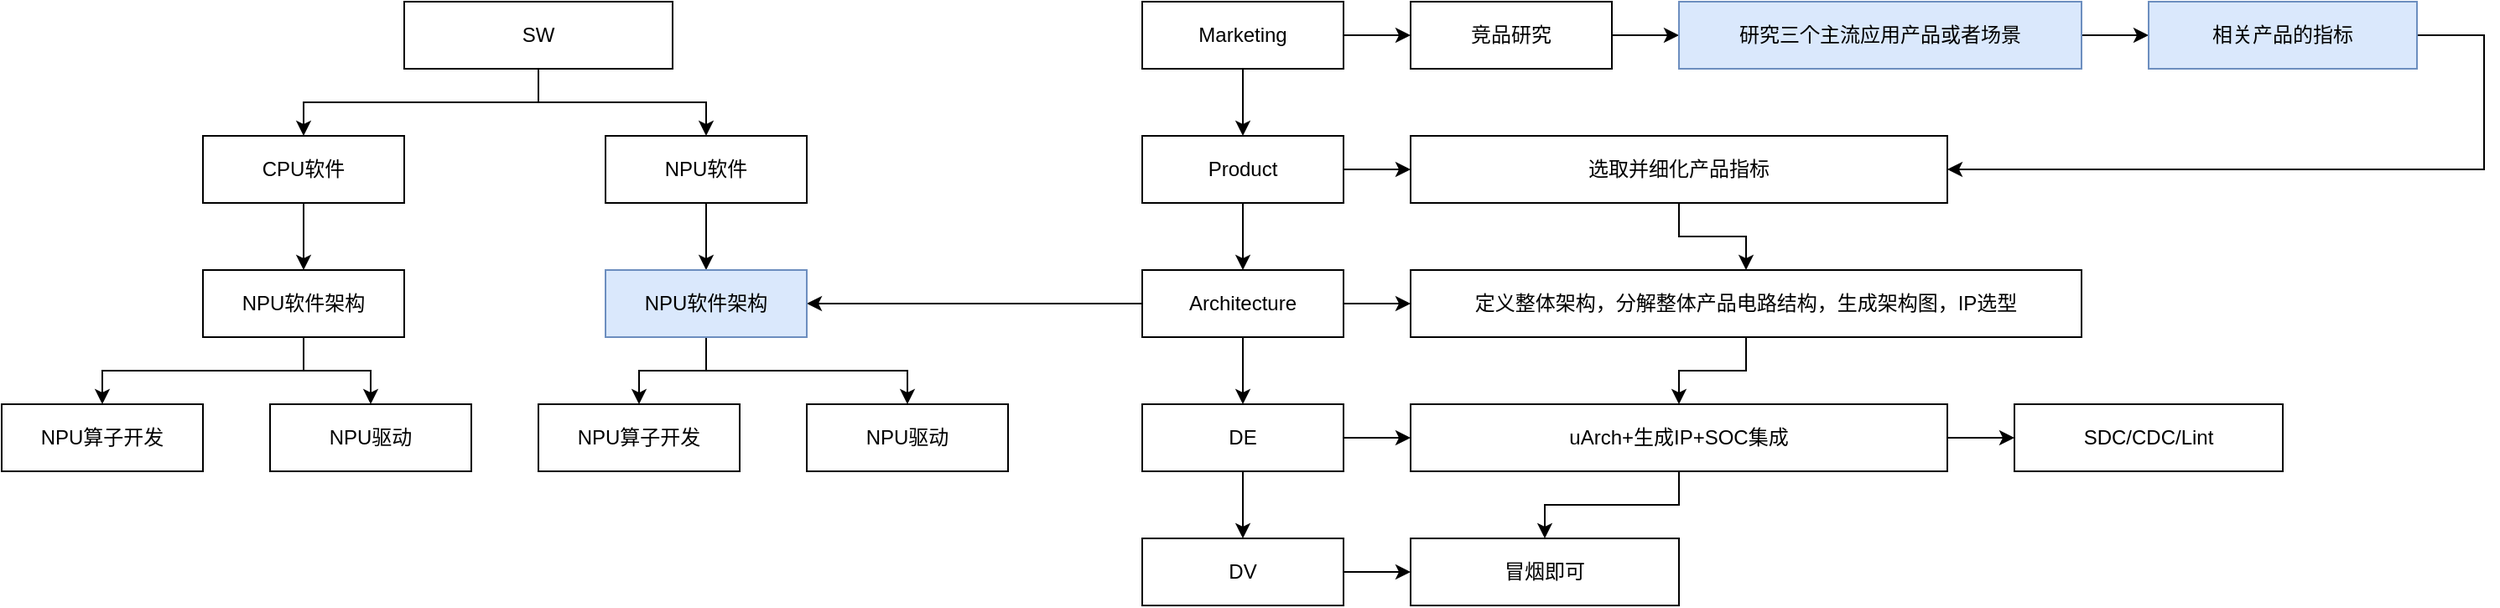
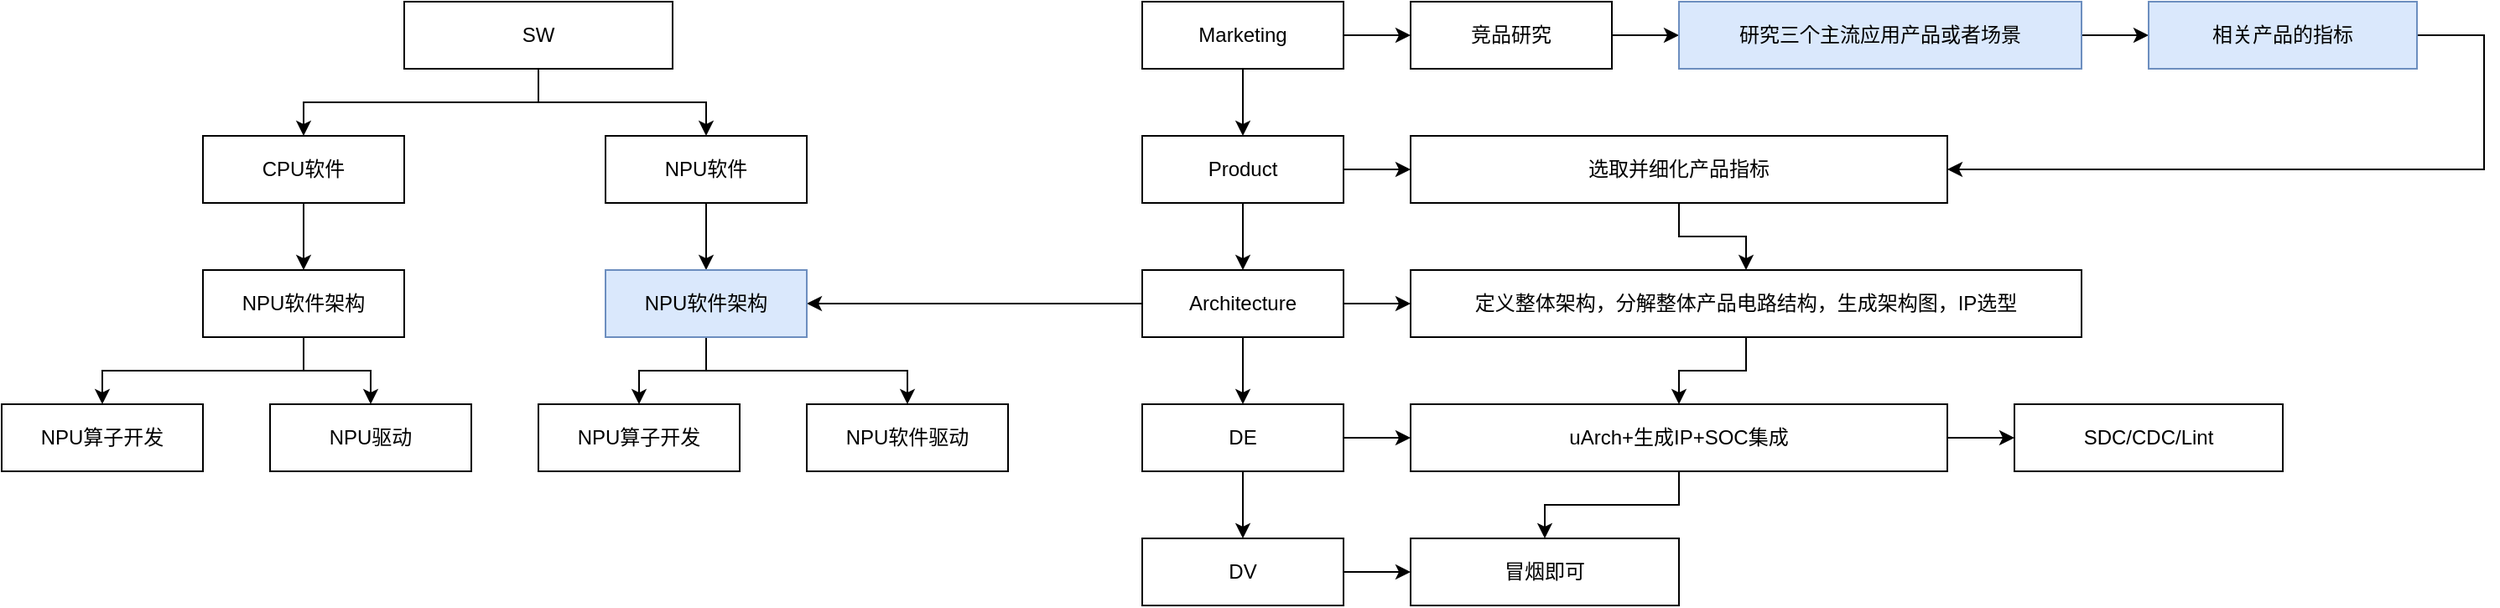
<mxfile host="app.diagrams.net">
  <diagram name="第 1 页" id="9lt6pKXcOXOacjMz8fyF">
    <mxGraphModel dx="2575" dy="754" grid="1" gridSize="10" guides="1" tooltips="1" connect="1" arrows="1" fold="1" page="1" pageScale="1" pageWidth="1169" pageHeight="827" math="0" shadow="0">
      <root>
        <mxCell id="0" />
        <mxCell id="1" parent="0" />
        <mxCell id="i4-VJNzEnyivnLVhnoJc-17" edge="1" parent="1" source="i4-VJNzEnyivnLVhnoJc-1" style="edgeStyle=orthogonalEdgeStyle;rounded=0;orthogonalLoop=1;jettySize=auto;html=1;" target="i4-VJNzEnyivnLVhnoJc-2" value="">
          <mxGeometry relative="1" as="geometry" />
        </mxCell>
        <mxCell id="i4-VJNzEnyivnLVhnoJc-22" edge="1" parent="1" source="i4-VJNzEnyivnLVhnoJc-1" style="edgeStyle=orthogonalEdgeStyle;rounded=0;orthogonalLoop=1;jettySize=auto;html=1;" target="i4-VJNzEnyivnLVhnoJc-3" value="">
          <mxGeometry relative="1" as="geometry" />
        </mxCell>
        <mxCell id="i4-VJNzEnyivnLVhnoJc-1" parent="1" style="rounded=0;whiteSpace=wrap;html=1;" value="Marketing" vertex="1">
          <mxGeometry height="40" width="120" x="120" y="80" as="geometry" />
        </mxCell>
        <mxCell id="i4-VJNzEnyivnLVhnoJc-18" edge="1" parent="1" source="i4-VJNzEnyivnLVhnoJc-2" style="edgeStyle=orthogonalEdgeStyle;rounded=0;orthogonalLoop=1;jettySize=auto;html=1;" target="i4-VJNzEnyivnLVhnoJc-7" value="">
          <mxGeometry relative="1" as="geometry" />
        </mxCell>
        <mxCell id="i4-VJNzEnyivnLVhnoJc-27" edge="1" parent="1" source="i4-VJNzEnyivnLVhnoJc-2" style="edgeStyle=orthogonalEdgeStyle;rounded=0;orthogonalLoop=1;jettySize=auto;html=1;" target="i4-VJNzEnyivnLVhnoJc-6" value="">
          <mxGeometry relative="1" as="geometry" />
        </mxCell>
        <mxCell id="i4-VJNzEnyivnLVhnoJc-2" parent="1" style="rounded=0;whiteSpace=wrap;html=1;" value="Product" vertex="1">
          <mxGeometry height="40" width="120" x="120" y="160" as="geometry" />
        </mxCell>
        <mxCell id="i4-VJNzEnyivnLVhnoJc-23" edge="1" parent="1" source="i4-VJNzEnyivnLVhnoJc-3" style="edgeStyle=orthogonalEdgeStyle;rounded=0;orthogonalLoop=1;jettySize=auto;html=1;" target="i4-VJNzEnyivnLVhnoJc-4" value="">
          <mxGeometry relative="1" as="geometry" />
        </mxCell>
        <mxCell id="i4-VJNzEnyivnLVhnoJc-3" parent="1" style="rounded=0;whiteSpace=wrap;html=1;" value="竞品研究" vertex="1">
          <mxGeometry height="40" width="120" x="280" y="80" as="geometry" />
        </mxCell>
        <mxCell id="i4-VJNzEnyivnLVhnoJc-25" edge="1" parent="1" source="i4-VJNzEnyivnLVhnoJc-4" style="edgeStyle=orthogonalEdgeStyle;rounded=0;orthogonalLoop=1;jettySize=auto;html=1;" target="i4-VJNzEnyivnLVhnoJc-5" value="">
          <mxGeometry relative="1" as="geometry" />
        </mxCell>
        <mxCell id="i4-VJNzEnyivnLVhnoJc-4" parent="1" style="rounded=0;whiteSpace=wrap;html=1;fillColor=#dae8fc;strokeColor=#6c8ebf;" value="研究三个主流应用产品或者场景" vertex="1">
          <mxGeometry height="40" width="240" x="440" y="80" as="geometry" />
        </mxCell>
        <mxCell id="i4-VJNzEnyivnLVhnoJc-26" edge="1" parent="1" source="i4-VJNzEnyivnLVhnoJc-5" style="edgeStyle=orthogonalEdgeStyle;rounded=0;orthogonalLoop=1;jettySize=auto;html=1;entryX=1;entryY=0.5;entryDx=0;entryDy=0;" target="i4-VJNzEnyivnLVhnoJc-6">
          <mxGeometry relative="1" as="geometry">
            <Array as="points">
              <mxPoint x="920" y="100" />
              <mxPoint x="920" y="180" />
            </Array>
          </mxGeometry>
        </mxCell>
        <mxCell id="i4-VJNzEnyivnLVhnoJc-5" parent="1" style="rounded=0;whiteSpace=wrap;html=1;fillColor=#dae8fc;strokeColor=#6c8ebf;" value="相关产品的指标" vertex="1">
          <mxGeometry height="40" width="160" x="720" y="80" as="geometry" />
        </mxCell>
        <mxCell id="i4-VJNzEnyivnLVhnoJc-28" edge="1" parent="1" source="i4-VJNzEnyivnLVhnoJc-6" style="edgeStyle=orthogonalEdgeStyle;rounded=0;orthogonalLoop=1;jettySize=auto;html=1;" target="i4-VJNzEnyivnLVhnoJc-8" value="">
          <mxGeometry relative="1" as="geometry" />
        </mxCell>
        <mxCell id="i4-VJNzEnyivnLVhnoJc-6" parent="1" style="rounded=0;whiteSpace=wrap;html=1;" value="选取并细化产品指标" vertex="1">
          <mxGeometry height="40" width="320" x="280" y="160" as="geometry" />
        </mxCell>
        <mxCell id="i4-VJNzEnyivnLVhnoJc-30" edge="1" parent="1" source="i4-VJNzEnyivnLVhnoJc-7" style="edgeStyle=orthogonalEdgeStyle;rounded=0;orthogonalLoop=1;jettySize=auto;html=1;" target="i4-VJNzEnyivnLVhnoJc-8" value="">
          <mxGeometry relative="1" as="geometry" />
        </mxCell>
        <mxCell id="i4-VJNzEnyivnLVhnoJc-37" edge="1" parent="1" source="i4-VJNzEnyivnLVhnoJc-7" style="edgeStyle=orthogonalEdgeStyle;rounded=0;orthogonalLoop=1;jettySize=auto;html=1;" target="i4-VJNzEnyivnLVhnoJc-9" value="">
          <mxGeometry relative="1" as="geometry" />
        </mxCell>
        <mxCell id="i4-VJNzEnyivnLVhnoJc-51" edge="1" parent="1" source="i4-VJNzEnyivnLVhnoJc-7" style="edgeStyle=orthogonalEdgeStyle;rounded=0;orthogonalLoop=1;jettySize=auto;html=1;entryX=1;entryY=0.5;entryDx=0;entryDy=0;" target="i4-VJNzEnyivnLVhnoJc-16">
          <mxGeometry relative="1" as="geometry" />
        </mxCell>
        <mxCell id="i4-VJNzEnyivnLVhnoJc-7" parent="1" style="rounded=0;whiteSpace=wrap;html=1;" value="Architecture" vertex="1">
          <mxGeometry height="40" width="120" x="120" y="240" as="geometry" />
        </mxCell>
        <mxCell id="i4-VJNzEnyivnLVhnoJc-29" edge="1" parent="1" source="i4-VJNzEnyivnLVhnoJc-8" style="edgeStyle=orthogonalEdgeStyle;rounded=0;orthogonalLoop=1;jettySize=auto;html=1;" target="i4-VJNzEnyivnLVhnoJc-10" value="">
          <mxGeometry relative="1" as="geometry" />
        </mxCell>
        <mxCell id="i4-VJNzEnyivnLVhnoJc-8" parent="1" style="rounded=0;whiteSpace=wrap;html=1;" value="定义整体架构，分解整体产品电路结构，生成架构图，IP选型" vertex="1">
          <mxGeometry height="40" width="400" x="280" y="240" as="geometry" />
        </mxCell>
        <mxCell id="i4-VJNzEnyivnLVhnoJc-20" edge="1" parent="1" source="i4-VJNzEnyivnLVhnoJc-9" style="edgeStyle=orthogonalEdgeStyle;rounded=0;orthogonalLoop=1;jettySize=auto;html=1;" target="i4-VJNzEnyivnLVhnoJc-11" value="">
          <mxGeometry relative="1" as="geometry" />
        </mxCell>
        <mxCell id="i4-VJNzEnyivnLVhnoJc-31" edge="1" parent="1" source="i4-VJNzEnyivnLVhnoJc-9" style="edgeStyle=orthogonalEdgeStyle;rounded=0;orthogonalLoop=1;jettySize=auto;html=1;" target="i4-VJNzEnyivnLVhnoJc-10" value="">
          <mxGeometry relative="1" as="geometry" />
        </mxCell>
        <mxCell id="i4-VJNzEnyivnLVhnoJc-9" parent="1" style="rounded=0;whiteSpace=wrap;html=1;" value="DE" vertex="1">
          <mxGeometry height="40" width="120" x="120" y="320" as="geometry" />
        </mxCell>
        <mxCell id="i4-VJNzEnyivnLVhnoJc-32" edge="1" parent="1" source="i4-VJNzEnyivnLVhnoJc-10" style="edgeStyle=orthogonalEdgeStyle;rounded=0;orthogonalLoop=1;jettySize=auto;html=1;" target="i4-VJNzEnyivnLVhnoJc-13" value="">
          <mxGeometry relative="1" as="geometry" />
        </mxCell>
        <mxCell id="i4-VJNzEnyivnLVhnoJc-33" edge="1" parent="1" source="i4-VJNzEnyivnLVhnoJc-10" style="edgeStyle=orthogonalEdgeStyle;rounded=0;orthogonalLoop=1;jettySize=auto;html=1;" target="i4-VJNzEnyivnLVhnoJc-12" value="">
          <mxGeometry relative="1" as="geometry" />
        </mxCell>
        <mxCell id="i4-VJNzEnyivnLVhnoJc-10" parent="1" style="rounded=0;whiteSpace=wrap;html=1;" value="uArch+生成IP+SOC集成" vertex="1">
          <mxGeometry height="40" width="320" x="280" y="320" as="geometry" />
        </mxCell>
        <mxCell id="i4-VJNzEnyivnLVhnoJc-34" edge="1" parent="1" source="i4-VJNzEnyivnLVhnoJc-11" style="edgeStyle=orthogonalEdgeStyle;rounded=0;orthogonalLoop=1;jettySize=auto;html=1;" target="i4-VJNzEnyivnLVhnoJc-12" value="">
          <mxGeometry relative="1" as="geometry" />
        </mxCell>
        <mxCell id="i4-VJNzEnyivnLVhnoJc-11" parent="1" style="rounded=0;whiteSpace=wrap;html=1;" value="DV" vertex="1">
          <mxGeometry height="40" width="120" x="120" y="400" as="geometry" />
        </mxCell>
        <mxCell id="i4-VJNzEnyivnLVhnoJc-12" parent="1" style="rounded=0;whiteSpace=wrap;html=1;" value="冒烟即可" vertex="1">
          <mxGeometry height="40" width="160" x="280" y="400" as="geometry" />
        </mxCell>
        <mxCell id="i4-VJNzEnyivnLVhnoJc-13" parent="1" style="rounded=0;whiteSpace=wrap;html=1;" value="SDC/CDC/Lint" vertex="1">
          <mxGeometry height="40" width="160" x="640" y="320" as="geometry" />
        </mxCell>
        <mxCell id="i4-VJNzEnyivnLVhnoJc-35" edge="1" parent="1" source="i4-VJNzEnyivnLVhnoJc-14" style="edgeStyle=orthogonalEdgeStyle;rounded=0;orthogonalLoop=1;jettySize=auto;html=1;exitX=0.5;exitY=1;exitDx=0;exitDy=0;" target="i4-VJNzEnyivnLVhnoJc-15" value="">
          <mxGeometry relative="1" as="geometry" />
        </mxCell>
        <mxCell id="i4-VJNzEnyivnLVhnoJc-39" edge="1" parent="1" source="i4-VJNzEnyivnLVhnoJc-14" style="edgeStyle=orthogonalEdgeStyle;rounded=0;orthogonalLoop=1;jettySize=auto;html=1;" target="i4-VJNzEnyivnLVhnoJc-38" value="">
          <mxGeometry relative="1" as="geometry" />
        </mxCell>
        <mxCell id="i4-VJNzEnyivnLVhnoJc-14" parent="1" style="rounded=0;whiteSpace=wrap;html=1;" value="SW" vertex="1">
          <mxGeometry height="40" width="160" x="-320" y="80" as="geometry" />
        </mxCell>
        <mxCell id="i4-VJNzEnyivnLVhnoJc-36" edge="1" parent="1" source="i4-VJNzEnyivnLVhnoJc-38" style="edgeStyle=orthogonalEdgeStyle;rounded=0;orthogonalLoop=1;jettySize=auto;html=1;exitX=0.5;exitY=1;exitDx=0;exitDy=0;" target="i4-VJNzEnyivnLVhnoJc-16" value="">
          <mxGeometry relative="1" as="geometry" />
        </mxCell>
        <mxCell id="i4-VJNzEnyivnLVhnoJc-46" edge="1" parent="1" source="i4-VJNzEnyivnLVhnoJc-15" style="edgeStyle=orthogonalEdgeStyle;rounded=0;orthogonalLoop=1;jettySize=auto;html=1;" target="i4-VJNzEnyivnLVhnoJc-43" value="">
          <mxGeometry relative="1" as="geometry" />
        </mxCell>
        <mxCell id="i4-VJNzEnyivnLVhnoJc-15" parent="1" style="rounded=0;whiteSpace=wrap;html=1;" value="CPU软件" vertex="1">
          <mxGeometry height="40" width="120" x="-440" y="160" as="geometry" />
        </mxCell>
        <mxCell id="i4-VJNzEnyivnLVhnoJc-49" edge="1" parent="1" source="i4-VJNzEnyivnLVhnoJc-16" style="edgeStyle=orthogonalEdgeStyle;rounded=0;orthogonalLoop=1;jettySize=auto;html=1;" target="i4-VJNzEnyivnLVhnoJc-42" value="">
          <mxGeometry relative="1" as="geometry" />
        </mxCell>
        <mxCell id="i4-VJNzEnyivnLVhnoJc-50" edge="1" parent="1" source="i4-VJNzEnyivnLVhnoJc-16" style="edgeStyle=orthogonalEdgeStyle;rounded=0;orthogonalLoop=1;jettySize=auto;html=1;" target="i4-VJNzEnyivnLVhnoJc-41">
          <mxGeometry relative="1" as="geometry" />
        </mxCell>
        <mxCell id="i4-VJNzEnyivnLVhnoJc-16" parent="1" style="rounded=0;whiteSpace=wrap;html=1;fillColor=#dae8fc;strokeColor=#6c8ebf;" value="NPU软件架构" vertex="1">
          <mxGeometry height="40" width="120" x="-200" y="240" as="geometry" />
        </mxCell>
        <mxCell id="i4-VJNzEnyivnLVhnoJc-38" parent="1" style="rounded=0;whiteSpace=wrap;html=1;" value="NPU软件" vertex="1">
          <mxGeometry height="40" width="120" x="-200" y="160" as="geometry" />
        </mxCell>
-         <mxCell id="i4-VJNzEnyivnLVhnoJc-41" parent="1" style="rounded=0;whiteSpace=wrap;html=1;" value="NPU驱动" vertex="1">
+         <mxCell id="i4-VJNzEnyivnLVhnoJc-41" parent="1" style="rounded=0;whiteSpace=wrap;html=1;" value="NPU软件驱动" vertex="1">
          <mxGeometry height="40" width="120" x="-80" y="320" as="geometry" />
        </mxCell>
        <mxCell id="i4-VJNzEnyivnLVhnoJc-42" parent="1" style="rounded=0;whiteSpace=wrap;html=1;" value="NPU算子开发" vertex="1">
          <mxGeometry height="40" width="120" x="-240" y="320" as="geometry" />
        </mxCell>
        <mxCell id="i4-VJNzEnyivnLVhnoJc-47" edge="1" parent="1" source="i4-VJNzEnyivnLVhnoJc-43" style="edgeStyle=orthogonalEdgeStyle;rounded=0;orthogonalLoop=1;jettySize=auto;html=1;" target="i4-VJNzEnyivnLVhnoJc-44" value="">
          <mxGeometry relative="1" as="geometry" />
        </mxCell>
        <mxCell id="i4-VJNzEnyivnLVhnoJc-48" edge="1" parent="1" source="i4-VJNzEnyivnLVhnoJc-43" style="edgeStyle=orthogonalEdgeStyle;rounded=0;orthogonalLoop=1;jettySize=auto;html=1;entryX=0.5;entryY=0;entryDx=0;entryDy=0;" target="i4-VJNzEnyivnLVhnoJc-45">
          <mxGeometry relative="1" as="geometry" />
        </mxCell>
        <mxCell id="i4-VJNzEnyivnLVhnoJc-43" parent="1" style="rounded=0;whiteSpace=wrap;html=1;" value="NPU软件架构" vertex="1">
          <mxGeometry height="40" width="120" x="-440" y="240" as="geometry" />
        </mxCell>
        <mxCell id="i4-VJNzEnyivnLVhnoJc-44" parent="1" style="rounded=0;whiteSpace=wrap;html=1;" value="NPU驱动" vertex="1">
          <mxGeometry height="40" width="120" x="-400" y="320" as="geometry" />
        </mxCell>
        <mxCell id="i4-VJNzEnyivnLVhnoJc-45" parent="1" style="rounded=0;whiteSpace=wrap;html=1;" value="NPU算子开发" vertex="1">
          <mxGeometry height="40" width="120" x="-560" y="320" as="geometry" />
        </mxCell>
      </root>
    </mxGraphModel>
  </diagram>
</mxfile>
